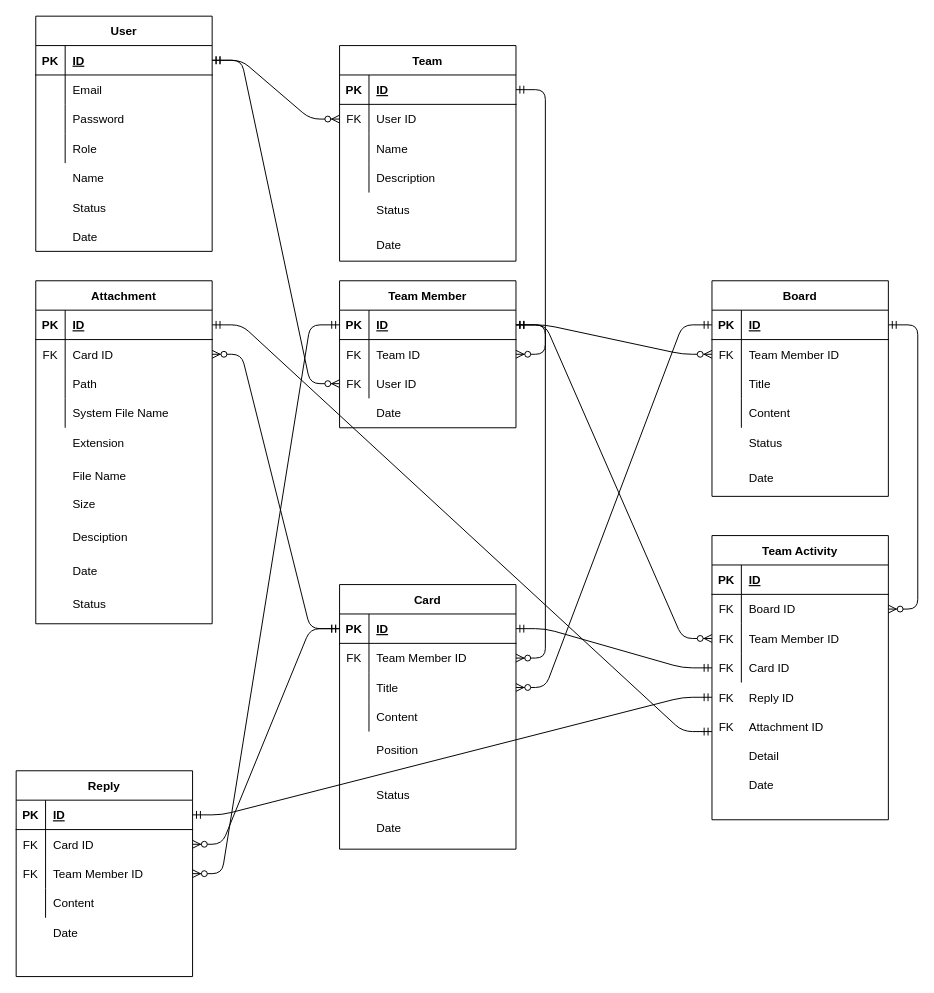
This is plan/Logical Diagram.drawio from donghyeon0725/slack_practice, a draw.io file, before an edit. Source tidied: cells renumbered, new cells numbered last; positions are measured from the earlier drawing's top-left corner, leaving out a move shared by most shapes. Both pictures are drawn from the tidied source at 98%, with x=0, y=0 at pixel (16, 16).
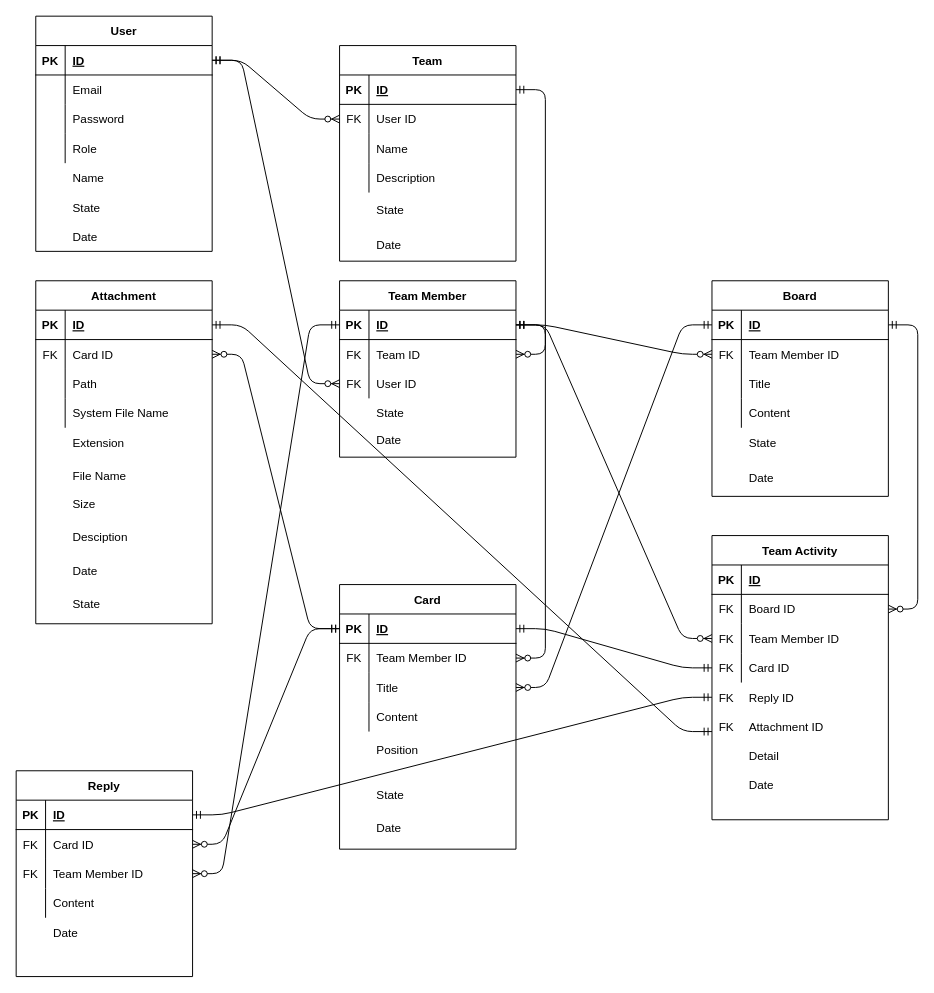
Above is the later version.

Unchanged cells that the change refers to:
```xml
<mxCell id="57" style="shape=partialRectangle;fillColor=none;top=0;left=0;bottom=0;right=0;" parent="56" vertex="1">
  <mxGeometry y="180" width="180" height="30" as="geometry" />
</mxCell>
<mxCell id="110" style="shape=partialRectangle;fillColor=none;top=0;left=0;bottom=0;right=0;" parent="96" vertex="1">
  <mxGeometry y="150.5" width="180" height="34.7" as="geometry" />
</mxCell>
<mxCell id="131" style="shape=partialRectangle;fillColor=none;top=0;left=0;bottom=0;right=0;" parent="117" vertex="1">
  <mxGeometry y="146.9" width="180" height="36.4" as="geometry" />
</mxCell>
<mxCell id="139" style="shape=partialRectangle;fillColor=none;top=0;left=0;bottom=0;right=0;" parent="138" vertex="1">
  <mxGeometry y="190.7" width="180" height="47.1" as="geometry" />
</mxCell>
<mxCell id="191" style="group;" parent="177" vertex="1">
  <mxGeometry y="312.4" width="180" height="34.1" as="geometry" />
</mxCell>
```

Diff of the diagram source:
```diff
@@
-    <mxCell id="59" value="Status" style="shape=partialRectangle;fillColor=none;top=0;left=0;bottom=0;right=0;align=left;spacingLeft=6;overflow=hidden;" parent="57" vertex="1">
+    <mxCell id="59" value="State" style="shape=partialRectangle;fillColor=none;top=0;left=0;bottom=0;right=0;align=left;spacingLeft=6;overflow=hidden;" parent="57" vertex="1">
       <mxGeometry x="30" width="150" height="30" as="geometry" />
     </mxCell>
@@
     <mxCell id="77" style="group;" parent="1" vertex="1">
-      <mxGeometry x="330" y="270" width="180" height="150" as="geometry" />
+      <mxGeometry x="330" y="270" width="180" height="180" as="geometry" />
     </mxCell>
     <mxCell id="78" style="shape=partialRectangle;fillColor=none;top=0;left=0;bottom=0;right=0;" parent="77" vertex="1">
-      <mxGeometry y="120" width="180" height="30" as="geometry" />
+      <mxGeometry y="144" width="180" height="36" as="geometry" />
     </mxCell>
     <mxCell id="79" style="shape=partialRectangle;fillColor=none;top=0;left=0;bottom=0;right=0;overflow=hidden;" parent="78" vertex="1">
-      <mxGeometry width="30" height="30" as="geometry" />
+      <mxGeometry width="30" height="36" as="geometry" />
     </mxCell>
     <mxCell id="80" value="Date" style="shape=partialRectangle;fillColor=none;top=0;left=0;bottom=0;right=0;align=left;spacingLeft=6;overflow=hidden;" parent="78" vertex="1">
-      <mxGeometry x="30" width="150" height="30" as="geometry" />
+      <mxGeometry x="30" width="150" height="36" as="geometry" />
     </mxCell>
     <mxCell id="81" style="group;" parent="77" vertex="1">
-      <mxGeometry width="180" height="150" as="geometry" />
+      <mxGeometry width="180" height="180" as="geometry" />
     </mxCell>
     <mxCell id="82" value="Team Member" style="shape=table;startSize=30;childLayout=tableLayout;rowLines=0;fontStyle=1;align=center;" parent="81" vertex="1">
-      <mxGeometry width="180" height="150" as="geometry" />
+      <mxGeometry width="180" height="180" as="geometry" />
     </mxCell>
@@
+    <mxCell id="212" style="shape=partialRectangle;fillColor=none;top=0;left=0;bottom=0;right=0;" parent="81" vertex="1">
+      <mxGeometry y="120" width="180" height="30" as="geometry" />
+    </mxCell>
+    <mxCell id="213" style="shape=partialRectangle;fillColor=none;top=0;left=0;bottom=0;right=0;overflow=hidden;" parent="212" vertex="1">
+      <mxGeometry width="30" height="30" as="geometry" />
+    </mxCell>
+    <mxCell id="214" value="State" style="shape=partialRectangle;fillColor=none;top=0;left=0;bottom=0;right=0;align=left;spacingLeft=6;overflow=hidden;" parent="212" vertex="1">
+      <mxGeometry x="30" width="150" height="30" as="geometry" />
+    </mxCell>
@@
-    <mxCell id="112" value="Status" style="shape=partialRectangle;fillColor=none;top=0;left=0;bottom=0;right=0;align=left;spacingLeft=6;overflow=hidden;" parent="110" vertex="1">
+    <mxCell id="112" value="State" style="shape=partialRectangle;fillColor=none;top=0;left=0;bottom=0;right=0;align=left;spacingLeft=6;overflow=hidden;" parent="110" vertex="1">
       <mxGeometry x="30" width="150" height="34.7" as="geometry" />
     </mxCell>
@@
-    <mxCell id="133" value="Status" style="shape=partialRectangle;fillColor=none;top=0;left=0;bottom=0;right=0;align=left;spacingLeft=6;overflow=hidden;" parent="131" vertex="1">
+    <mxCell id="133" value="State" style="shape=partialRectangle;fillColor=none;top=0;left=0;bottom=0;right=0;align=left;spacingLeft=6;overflow=hidden;" parent="131" vertex="1">
       <mxGeometry x="30" width="150" height="36.4" as="geometry" />
     </mxCell>
@@
-    <mxCell id="141" value="Status" style="shape=partialRectangle;fillColor=none;top=0;left=0;bottom=0;right=0;align=left;spacingLeft=6;overflow=hidden;" parent="139" vertex="1">
+    <mxCell id="141" value="State" style="shape=partialRectangle;fillColor=none;top=0;left=0;bottom=0;right=0;align=left;spacingLeft=6;overflow=hidden;" parent="139" vertex="1">
       <mxGeometry x="30" width="150" height="47.1" as="geometry" />
     </mxCell>
@@
-    <mxCell id="192" value="Status" style="shape=partialRectangle;fillColor=none;top=0;left=0;bottom=0;right=0;align=left;spacingLeft=6;overflow=hidden;" parent="191" vertex="1">
+    <mxCell id="192" value="State" style="shape=partialRectangle;fillColor=none;top=0;left=0;bottom=0;right=0;align=left;spacingLeft=6;overflow=hidden;" parent="191" vertex="1">
       <mxGeometry x="30" width="150" height="34.1" as="geometry" />
     </mxCell>
```
